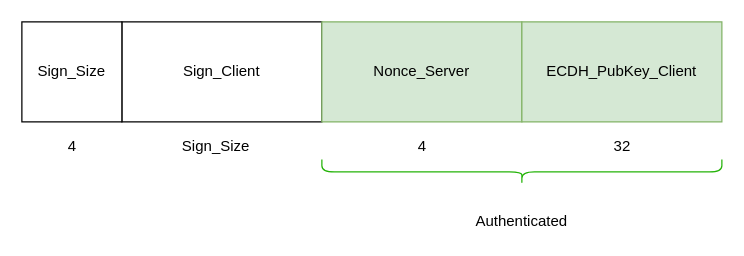
The draw.io diagram Documentation/DrawIo/1.2.drawio in matildao-pane/Secure-online-messaging-service, before the edit. Source tidied: cells renumbered, new cells numbered last; positions are measured from the earlier drawing's top-left corner, leaving out a move shared by most shapes. Both pictures are drawn from the tidied source at 125%, with x=0, y=0 at pixel (21, -29).
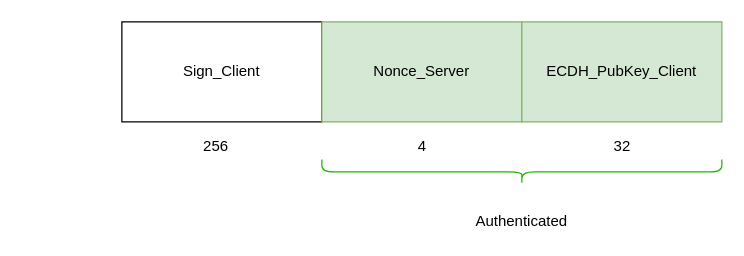
Above is the later version.

What changed in the source:
```diff
@@
 <mxGraphModel>
   <root>
     <mxCell id="0" />
     <mxCell id="1" parent="0" />
     <mxCell id="2" value="Sign_Client" style="rounded=0;whiteSpace=wrap;html=1;" parent="1" vertex="1">
       <mxGeometry x="80" y="40" width="160" height="80" as="geometry" />
     </mxCell>
     <mxCell id="3" value="Nonce_Server" style="rounded=0;whiteSpace=wrap;html=1;fillColor=#d5e8d4;strokeColor=#82b366;" parent="1" vertex="1">
       <mxGeometry x="240" y="40" width="160" height="80" as="geometry" />
     </mxCell>
     <mxCell id="4" value="ECDH_PubKey_Client" style="rounded=0;whiteSpace=wrap;html=1;fillColor=#d5e8d4;strokeColor=#82b366;" parent="1" vertex="1">
       <mxGeometry x="400" y="40" width="160" height="80" as="geometry" />
     </mxCell>
-    <mxCell id="5" value="Sign_Size" style="text;html=1;align=center;verticalAlign=middle;strokeColor=none;" parent="1" vertex="1">
-      <mxGeometry x="120" y="130" width="70" height="20" as="geometry" />
+    <mxCell id="5" value="256" style="text;html=1;align=center;verticalAlign=middle;strokeColor=none;" parent="1" vertex="1">
+      <mxGeometry x="135" y="130" width="40" height="20" as="geometry" />
     </mxCell>
     <mxCell id="6" value="4" style="text;html=1;align=center;verticalAlign=middle;strokeColor=none;" parent="1" vertex="1">
       <mxGeometry x="310" y="130" width="20" height="20" as="geometry" />
     </mxCell>
     <mxCell id="7" value="32" style="text;html=1;align=center;verticalAlign=middle;strokeColor=none;" parent="1" vertex="1">
       <mxGeometry x="465" y="130" width="30" height="20" as="geometry" />
     </mxCell>
     <mxCell id="8" style="shape=curlyBracket;whiteSpace=wrap;html=1;rounded=1;flipH=1;rotation=90;fillColor=none;strokeColor=#25B309;" parent="1" vertex="1">
       <mxGeometry x="390" width="20" height="320" as="geometry" />
     </mxCell>
     <mxCell id="9" value="Authenticated" style="text;html=1;strokeColor=none;fillColor=none;align=center;verticalAlign=middle;whiteSpace=wrap;rounded=0;" parent="1" vertex="1">
       <mxGeometry x="380" y="190" width="40" height="20" as="geometry" />
     </mxCell>
-    <mxCell id="10" value="Sign_Size" style="rounded=0;whiteSpace=wrap;html=1;" parent="1" vertex="1">
-      <mxGeometry y="40" width="80" height="80" as="geometry" />
-    </mxCell>
-    <mxCell id="11" value="4" style="text;html=1;align=center;verticalAlign=middle;strokeColor=none;" parent="1" vertex="1">
-      <mxGeometry x="30" y="130" width="20" height="20" as="geometry" />
-    </mxCell>
   </root>
 </mxGraphModel>
```
